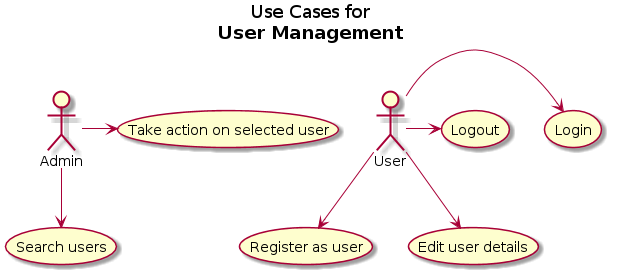
Before: doc/worg/images/gsoc/2012/bugpile/user-management-uml-uc.png, a diagram exported from PlantUML (bzg/bugpile). The source it was exported from:
```plantuml
@startuml
title Use Cases for\n<b>User Management</b>

usecase (Register as user) as (Reg)
usecase (Edit user details) as (Ed)
usecase (Login) as (In)
usecase (Logout) as (Out)
usecase (Search users) as (Search)
usecase (Take action on selected user) as (ActUser)

Admin --> (Search)
Admin -> (ActUser)
User --> (Reg)
User --> (Ed)
User -> (In)
User -> (Out)
@enduml
```
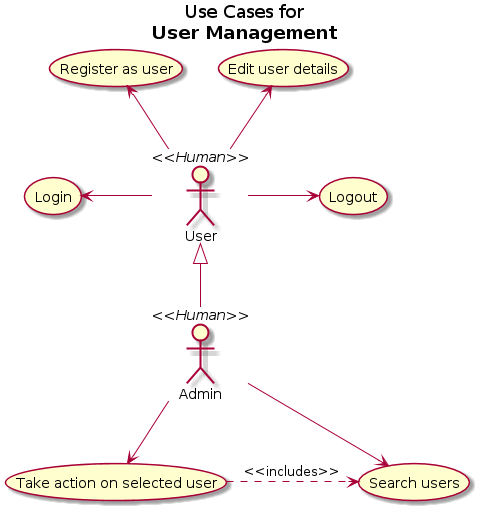
After the change.

Commit message:
i.org tutorial on worg: use case diagrams finished.

Diff of the diagram source:
```diff
@@ -1,17 +1,25 @@
 @startuml
 title Use Cases for\n<b>User Management</b>
+
+:User: <<Human>>
+:Admin: <<Human>>
+
+User <|-down- Admin
 
 usecase (Register as user) as (Reg)
 usecase (Edit user details) as (Ed)
 usecase (Login) as (In)
 usecase (Logout) as (Out)
 usecase (Search users) as (Search)
-usecase (Take action on selected user) as (ActUser)
+usecase (Take action on selected user) as (Act)
+
+(Act) .> (Search) : <<includes>>
+
 
 Admin --> (Search)
-Admin -> (ActUser)
-User --> (Reg)
-User --> (Ed)
-User -> (In)
+Admin --> (Act)
+(Reg) <--  User
+(Ed) <-- User
+(In) <- User
 User -> (Out)
 @enduml
```
